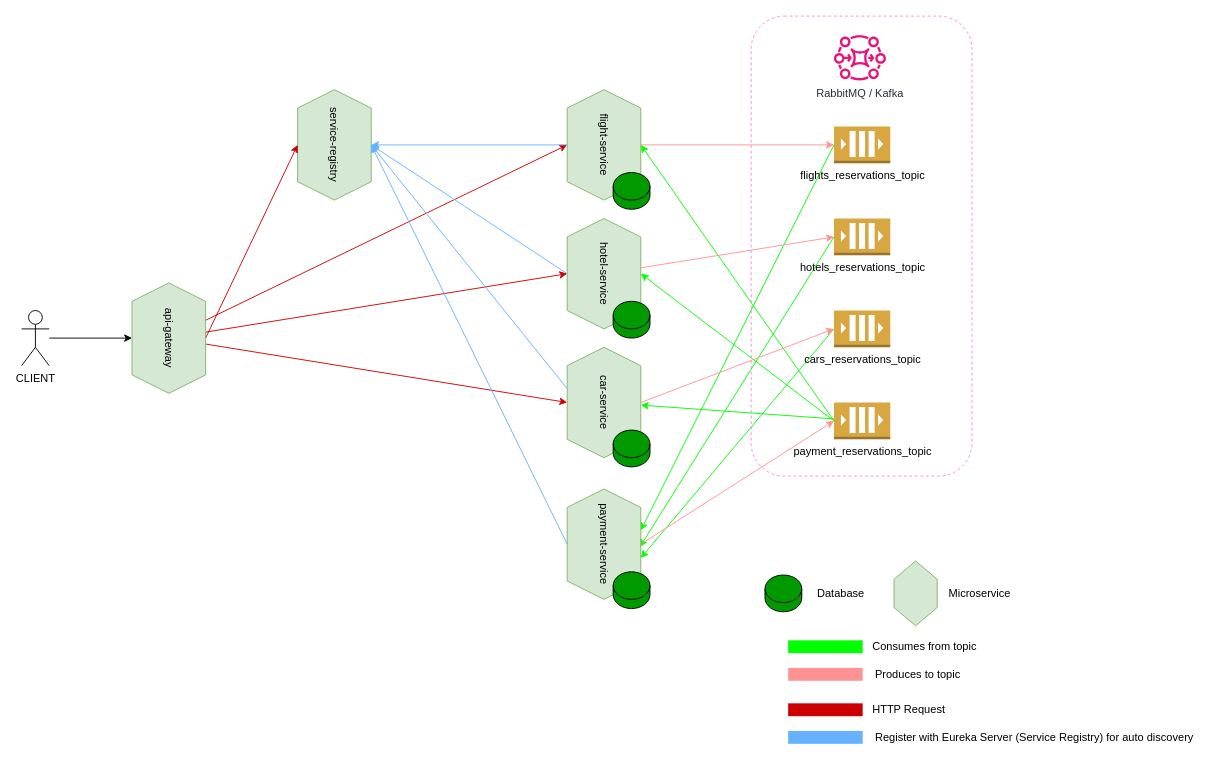
This is booking-travel-services-architecture.drawio from vicente-priego-aviles/booking-travel-services, a draw.io file, before an edit. Source tidied: cells renumbered, new cells numbered last; positions are measured from the earlier drawing's top-left corner, leaving out a move shared by most shapes. Both pictures are drawn from the tidied source at 92%, with x=0, y=0 at pixel (21, 16).
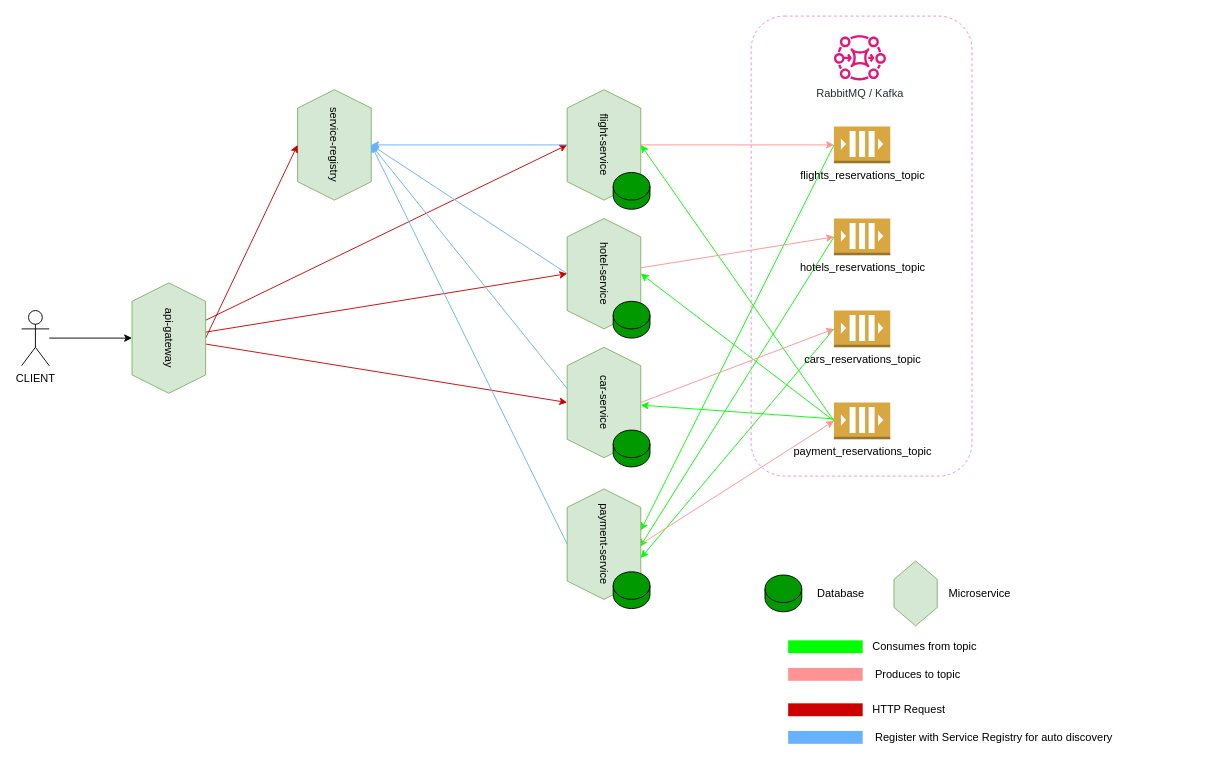
The same diagram, later.

Commit message (it also covers changes not shown here):
Naming change on diagram

Diff of the diagram source:
```diff
@@
-    <mxCell id="49" value="Register with Eureka Server (Service Registry) for auto discovery" style="text;html=1;align=left;verticalAlign=middle;strokeColor=none;fillColor=none;" parent="1" vertex="1">
-      <mxGeometry x="926.2" y="771" width="364" height="26" as="geometry" />
+    <mxCell id="49" value="Register with Service Registry for auto discovery" style="text;html=1;align=left;verticalAlign=middle;strokeColor=none;fillColor=none;" parent="1" vertex="1">
+      <mxGeometry x="926.2" y="771" width="276" height="26" as="geometry" />
     </mxCell>
```
